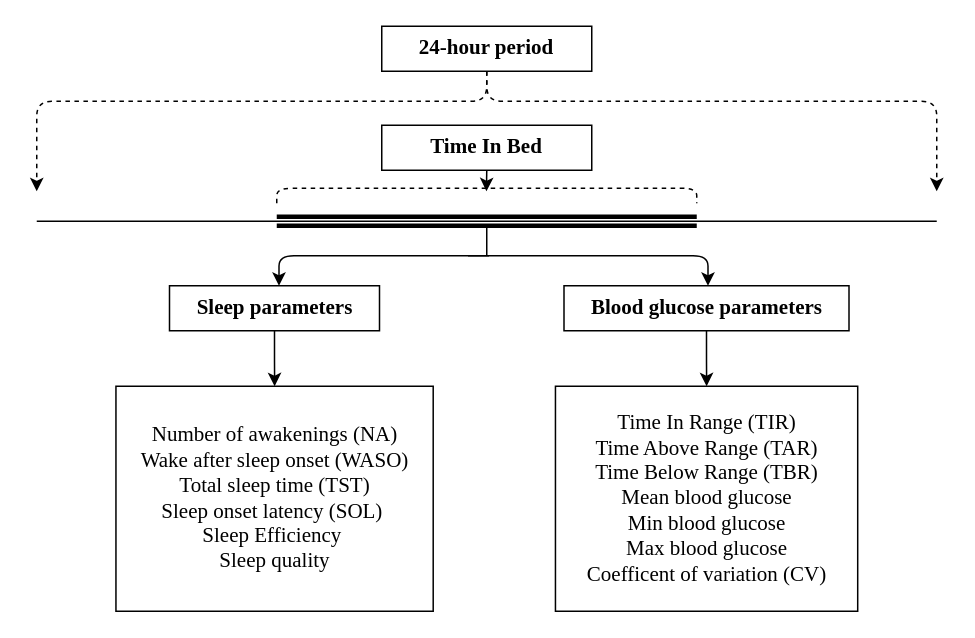
Earlier version of the draw.io diagram Plots/NightDiagram.drawio (laurateilmann/Bachelor). Source tidied: cells renumbered, new cells numbered last; positions are measured from the earlier drawing's top-left corner, leaving out a move shared by most shapes. Both pictures are drawn from the tidied source at 150%, with x=0, y=0 at pixel (36, 26).
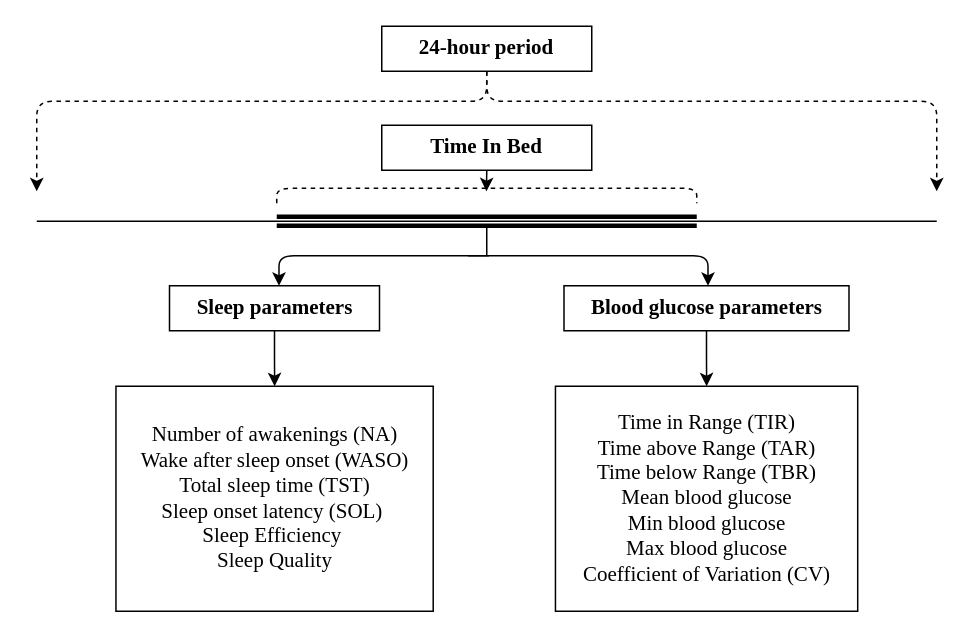
Above is the later version.

The edit, as a diff of the source:
```diff
@@
-    <mxCell id="12" value="&lt;font face=&quot;Times New Roman&quot;&gt;&lt;font style=&quot;font-size: 14px;&quot;&gt;Number of awakenings (NA)&lt;br&gt;Wake after sleep onset (WASO)&lt;br&gt;Total sleep time (TST)&lt;br&gt;Sleep onset latency (SOL)&amp;nbsp;&lt;br&gt;Sleep Efficiency&amp;nbsp;&lt;br&gt;Sleep quality&lt;/font&gt;&lt;br&gt;&lt;/font&gt;" style="rounded=0;whiteSpace=wrap;html=1;" parent="1" vertex="1">
+    <mxCell id="12" value="&lt;font face=&quot;Times New Roman&quot;&gt;&lt;font style=&quot;font-size: 14px;&quot;&gt;Number of awakenings (NA)&lt;br&gt;Wake after sleep onset (WASO)&lt;br&gt;Total sleep time (TST)&lt;br&gt;Sleep onset latency (SOL)&amp;nbsp;&lt;br&gt;Sleep Efficiency&amp;nbsp;&lt;br&gt;Sleep Quality&lt;/font&gt;&lt;br&gt;&lt;/font&gt;" style="rounded=0;whiteSpace=wrap;html=1;" parent="1" vertex="1">
       <mxGeometry x="52.8" y="240" width="211.5" height="150" as="geometry" />
     </mxCell>
-    <mxCell id="13" value="&lt;font style=&quot;font-size: 14px;&quot; face=&quot;Times New Roman&quot;&gt;Time In Range (TIR)&lt;br&gt;Time Above Range (TAR)&lt;br&gt;Time Below Range (TBR)&lt;br&gt;Mean blood glucose&lt;br&gt;Min blood glucose&lt;br&gt;Max blood glucose&lt;br&gt;Coefficent of variation (CV)&lt;/font&gt;&lt;font face=&quot;Times New Roman&quot;&gt;&lt;br&gt;&lt;/font&gt;" style="rounded=0;whiteSpace=wrap;html=1;" parent="1" vertex="1">
+    <mxCell id="13" value="&lt;font style=&quot;font-size: 14px;&quot; face=&quot;Times New Roman&quot;&gt;Time in Range (TIR)&lt;br&gt;Time above Range (TAR)&lt;br&gt;Time below Range (TBR)&lt;br&gt;Mean blood glucose&lt;br&gt;Min blood glucose&lt;br&gt;Max blood glucose&lt;br&gt;Coefficient of Variation (CV)&lt;/font&gt;&lt;font face=&quot;Times New Roman&quot;&gt;&lt;br&gt;&lt;/font&gt;" style="rounded=0;whiteSpace=wrap;html=1;" parent="1" vertex="1">
       <mxGeometry x="345.8" y="240" width="201.5" height="150" as="geometry" />
     </mxCell>
```
